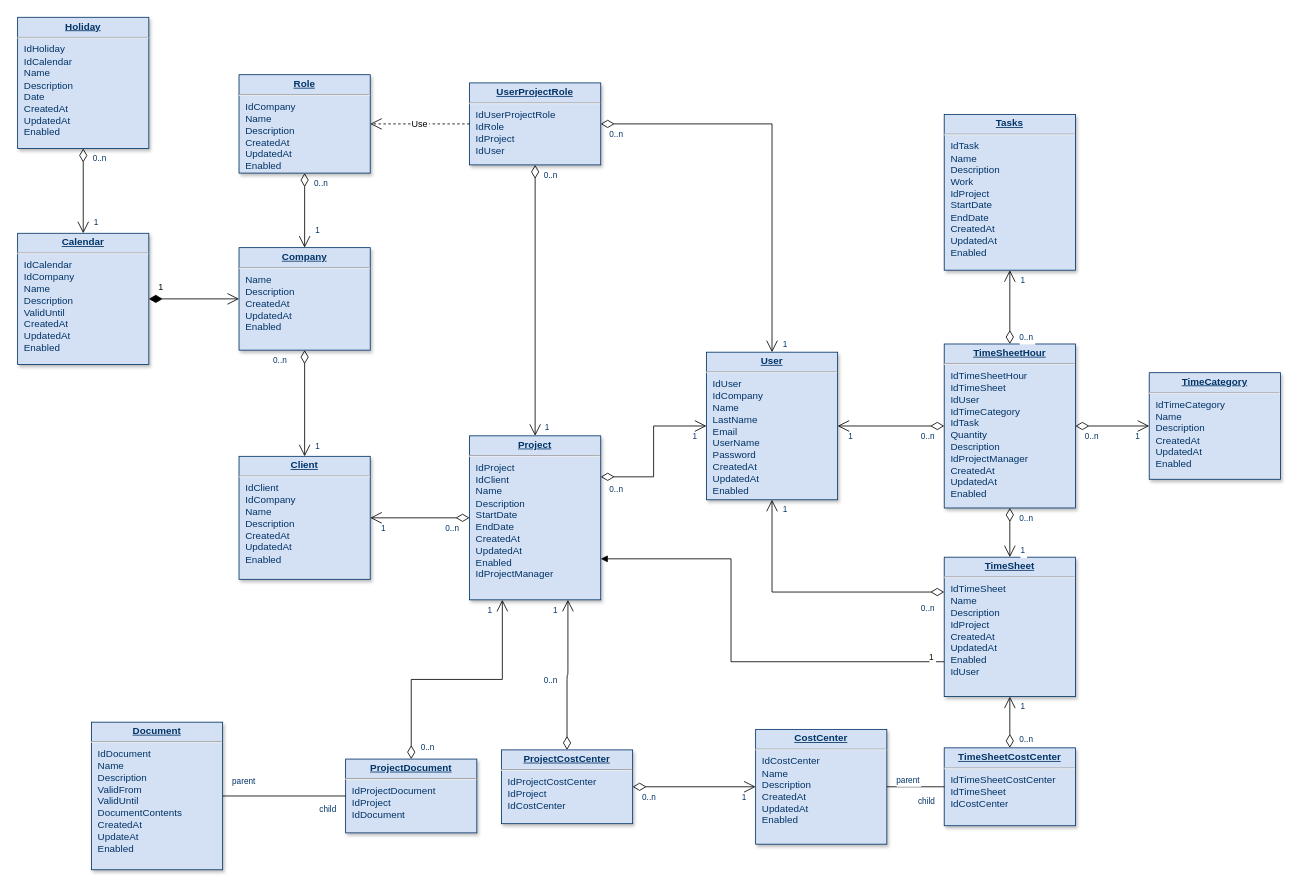
Above: Untitled Diagram.drawio in smorz/k-challenge-client (draw.io), before the change. Source tidied: cells renumbered, new cells numbered last; positions are measured from the earlier drawing's top-left corner, leaving out a move shared by most shapes. Both pictures are drawn from the tidied source at 82%, with x=0, y=0 at pixel (17, 17).
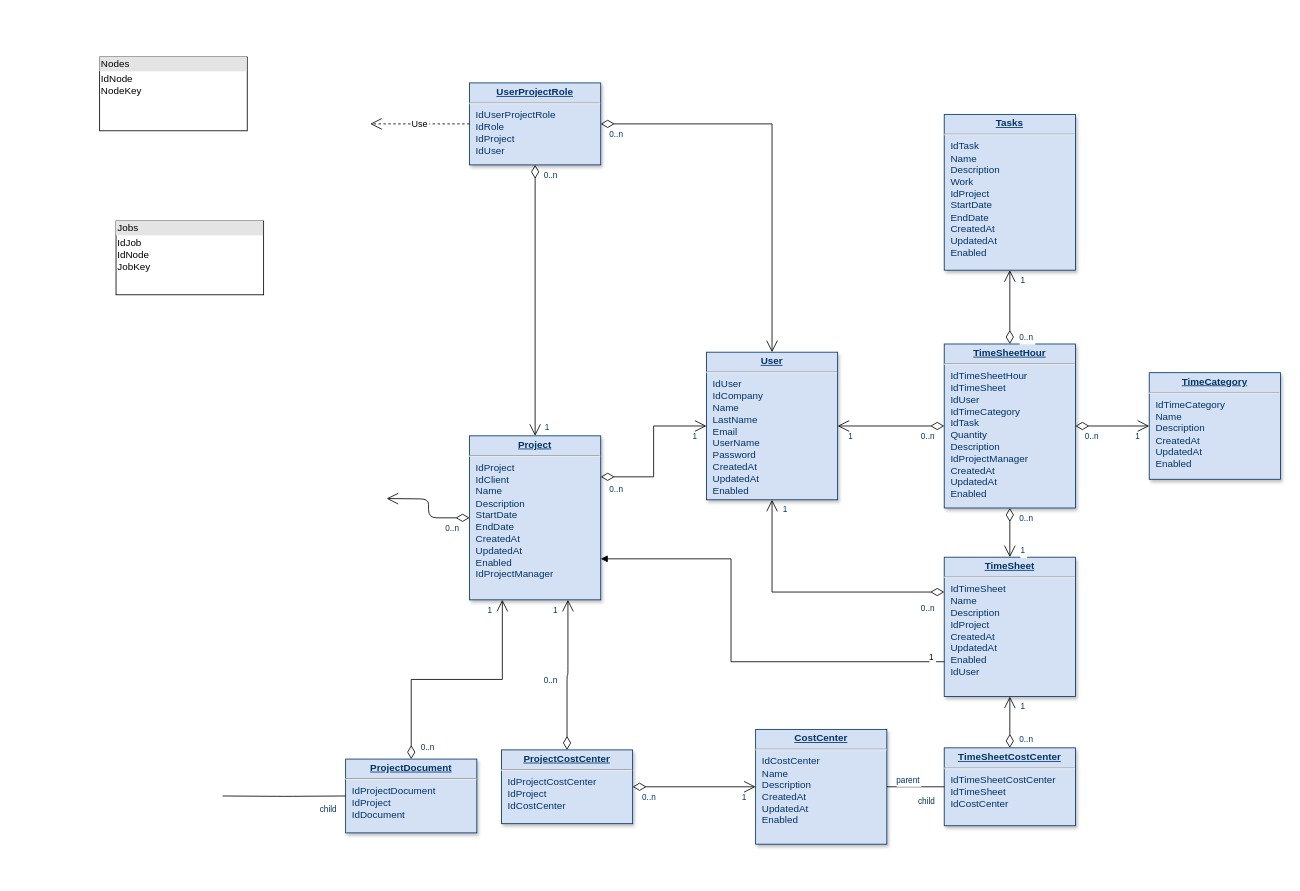
The same diagram, later.

Unchanged cells that the change refers to:
```xml
<mxCell id="6" value="&lt;p style=&quot;margin: 0px; margin-top: 4px; text-align: center; text-decoration: underline;&quot;&gt;&lt;strong&gt;UserProjectRole&lt;/strong&gt;&lt;/p&gt;&lt;hr /&gt;&lt;p style=&quot;margin: 0px; margin-left: 8px;&quot;&gt;IdUserProjectRole&lt;/p&gt;&lt;p style=&quot;margin: 0px; margin-left: 8px;&quot;&gt;IdRole&lt;/p&gt;&lt;p style=&quot;margin: 0px; margin-left: 8px;&quot;&gt;IdProject&lt;/p&gt;&lt;p style=&quot;margin: 0px; margin-left: 8px;&quot;&gt;IdUser&lt;/p&gt;" style="verticalAlign=top;align=left;overflow=fill;fontSize=12;fontFamily=Helvetica;html=1;strokeColor=#003366;shadow=1;fillColor=#D4E1F5;fontColor=#003366;" parent="1" vertex="1">
  <mxGeometry x="551.1" y="79.6" width="160" height="100" as="geometry" />
</mxCell>
<mxCell id="12" value="&lt;p style=&quot;margin: 0px; margin-top: 4px; text-align: center; text-decoration: underline;&quot;&gt;&lt;strong&gt;Project&lt;/strong&gt;&lt;/p&gt;&lt;hr /&gt;&lt;p style=&quot;margin: 0px; margin-left: 8px;&quot;&gt;IdProject&lt;/p&gt;&lt;p style=&quot;margin: 0px; margin-left: 8px;&quot;&gt;IdClient&lt;/p&gt;&lt;p style=&quot;margin: 0px; margin-left: 8px;&quot;&gt;Name&lt;/p&gt;&lt;p style=&quot;margin: 0px; margin-left: 8px;&quot;&gt;Description&lt;/p&gt;&lt;p style=&quot;margin: 0px; margin-left: 8px;&quot;&gt;StartDate&lt;/p&gt;&lt;p style=&quot;margin: 0px; margin-left: 8px;&quot;&gt;EndDate&lt;/p&gt;&lt;p style=&quot;margin: 0px; margin-left: 8px;&quot;&gt;CreatedAt&lt;/p&gt;&lt;p style=&quot;margin: 0px; margin-left: 8px;&quot;&gt;UpdatedAt&lt;/p&gt;&lt;p style=&quot;margin: 0px; margin-left: 8px;&quot;&gt;Enabled&lt;br /&gt;IdProjectManager&lt;/p&gt;" style="verticalAlign=top;align=left;overflow=fill;fontSize=12;fontFamily=Helvetica;html=1;strokeColor=#003366;shadow=1;fillColor=#D4E1F5;fontColor=#003366;" parent="1" vertex="1">
  <mxGeometry x="551.1" y="510" width="160" height="200" as="geometry" />
</mxCell>
<mxCell id="17" value="&lt;p style=&quot;margin: 0px ; margin-top: 4px ; text-align: center ; text-decoration: underline&quot;&gt;&lt;strong&gt;ProjectDocument&lt;/strong&gt;&lt;/p&gt;&lt;hr&gt;&lt;p style=&quot;margin: 0px ; margin-left: 8px&quot;&gt;IdProjectDocument&lt;/p&gt;&lt;p style=&quot;margin: 0px ; margin-left: 8px&quot;&gt;IdProject&lt;/p&gt;&lt;p style=&quot;margin: 0px ; margin-left: 8px&quot;&gt;IdDocument&lt;/p&gt;" style="verticalAlign=top;align=left;overflow=fill;fontSize=12;fontFamily=Helvetica;html=1;strokeColor=#003366;shadow=1;fillColor=#D4E1F5;fontColor=#003366;" parent="1" vertex="1">
  <mxGeometry x="400" y="904.2" width="160" height="90" as="geometry" />
</mxCell>
<mxCell id="22" style="endArrow=open;endSize=12;startArrow=diamondThin;startSize=14;startFill=0;edgeStyle=orthogonalEdgeStyle;rounded=0;" parent="1" edge="1" source="6" target="5">
  <mxGeometry x="519.4" y="180" as="geometry" />
</mxCell>
```

Change to the diagram source:
```diff
@@
-    <mxCell id="2" value="&lt;p style=&quot;margin: 0px; margin-top: 4px; text-align: center; text-decoration: underline;&quot;&gt;&lt;strong&gt;Role&lt;/strong&gt;&lt;/p&gt;&lt;hr /&gt;&lt;p style=&quot;margin: 0px; margin-left: 8px;&quot;&gt;IdCompany&lt;br /&gt;Name&lt;/p&gt;&lt;p style=&quot;margin: 0px; margin-left: 8px;&quot;&gt;Description&lt;/p&gt;&lt;p style=&quot;margin: 0px; margin-left: 8px;&quot;&gt;CreatedAt&lt;/p&gt;&lt;p style=&quot;margin: 0px; margin-left: 8px;&quot;&gt;UpdatedAt&lt;/p&gt;&lt;p style=&quot;margin: 0px; margin-left: 8px;&quot;&gt;Enabled&lt;/p&gt;" style="verticalAlign=top;align=left;overflow=fill;fontSize=12;fontFamily=Helvetica;html=1;strokeColor=#003366;shadow=1;fillColor=#D4E1F5;fontColor=#003366;" parent="1" vertex="1">
-      <mxGeometry x="270" y="69.6" width="160" height="120" as="geometry" />
-    </mxCell>
-    <mxCell id="3" value="&lt;p style=&quot;margin: 0px; margin-top: 4px; text-align: center; text-decoration: underline;&quot;&gt;&lt;strong&gt;Company&lt;/strong&gt;&lt;/p&gt;&lt;hr /&gt;&lt;p style=&quot;margin: 0px; margin-left: 8px;&quot;&gt;Name&lt;/p&gt;&lt;p style=&quot;margin: 0px; margin-left: 8px;&quot;&gt;Description&lt;/p&gt;&lt;p style=&quot;margin: 0px; margin-left: 8px;&quot;&gt;CreatedAt&lt;/p&gt;&lt;p style=&quot;margin: 0px; margin-left: 8px;&quot;&gt;UpdatedAt&lt;/p&gt;&lt;p style=&quot;margin: 0px; margin-left: 8px;&quot;&gt;Enabled&lt;/p&gt;" style="verticalAlign=top;align=left;overflow=fill;fontSize=12;fontFamily=Helvetica;html=1;strokeColor=#003366;shadow=1;fillColor=#D4E1F5;fontColor=#003366;" parent="1" vertex="1">
-      <mxGeometry x="270" y="280.5" width="160" height="125" as="geometry" />
-    </mxCell>
-    <mxCell id="4" value="&lt;p style=&quot;margin: 0px; margin-top: 4px; text-align: center; text-decoration: underline;&quot;&gt;&lt;strong&gt;Calendar&lt;/strong&gt;&lt;/p&gt;&lt;hr /&gt;&lt;p style=&quot;margin: 0px; margin-left: 8px;&quot;&gt;IdCalendar&lt;/p&gt;&lt;p style=&quot;margin: 0px; margin-left: 8px;&quot;&gt;IdCompany&lt;/p&gt;&lt;p style=&quot;margin: 0px; margin-left: 8px;&quot;&gt;Name&lt;/p&gt;&lt;p style=&quot;margin: 0px; margin-left: 8px;&quot;&gt;Description&lt;/p&gt;&lt;p style=&quot;margin: 0px; margin-left: 8px;&quot;&gt;ValidUntil&lt;/p&gt;&lt;p style=&quot;margin: 0px; margin-left: 8px;&quot;&gt;CreatedAt&lt;/p&gt;&lt;p style=&quot;margin: 0px; margin-left: 8px;&quot;&gt;UpdatedAt&lt;/p&gt;&lt;p style=&quot;margin: 0px; margin-left: 8px;&quot;&gt;Enabled&lt;/p&gt;" style="verticalAlign=top;align=left;overflow=fill;fontSize=12;fontFamily=Helvetica;html=1;strokeColor=#003366;shadow=1;fillColor=#D4E1F5;fontColor=#003366;" parent="1" vertex="1">
-      <mxGeometry y="263" width="160" height="160" as="geometry" />
-    </mxCell>
@@
-    <mxCell id="7" value="&lt;p style=&quot;margin: 0px; margin-top: 4px; text-align: center; text-decoration: underline;&quot;&gt;&lt;strong&gt;Client&lt;/strong&gt;&lt;/p&gt;&lt;hr /&gt;&lt;p style=&quot;margin: 0px; margin-left: 8px;&quot;&gt;IdClient&lt;/p&gt;&lt;p style=&quot;margin: 0px; margin-left: 8px;&quot;&gt;IdCompany&lt;/p&gt;&lt;p style=&quot;margin: 0px; margin-left: 8px;&quot;&gt;Name&lt;/p&gt;&lt;p style=&quot;margin: 0px; margin-left: 8px;&quot;&gt;Description&lt;/p&gt;&lt;p style=&quot;margin: 0px; margin-left: 8px;&quot;&gt;CreatedAt&lt;/p&gt;&lt;p style=&quot;margin: 0px; margin-left: 8px;&quot;&gt;UpdatedAt&lt;/p&gt;&lt;p style=&quot;margin: 0px; margin-left: 8px;&quot;&gt;Enabled&lt;/p&gt;" style="verticalAlign=top;align=left;overflow=fill;fontSize=12;fontFamily=Helvetica;html=1;strokeColor=#003366;shadow=1;fillColor=#D4E1F5;fontColor=#003366;" parent="1" vertex="1">
-      <mxGeometry x="270" y="535" width="160" height="150" as="geometry" />
-    </mxCell>
-    <mxCell id="8" value="&lt;p style=&quot;margin: 0px; margin-top: 4px; text-align: center; text-decoration: underline;&quot;&gt;&lt;strong&gt;Holiday&lt;/strong&gt;&lt;/p&gt;&lt;hr /&gt;&lt;p style=&quot;margin: 0px; margin-left: 8px;&quot;&gt;IdHoliday&lt;/p&gt;&lt;p style=&quot;margin: 0px; margin-left: 8px;&quot;&gt;IdCalendar&lt;/p&gt;&lt;p style=&quot;margin: 0px; margin-left: 8px;&quot;&gt;Name&lt;/p&gt;&lt;p style=&quot;margin: 0px; margin-left: 8px;&quot;&gt;Description&lt;/p&gt;&lt;p style=&quot;margin: 0px; margin-left: 8px;&quot;&gt;Date&lt;/p&gt;&lt;p style=&quot;margin: 0px; margin-left: 8px;&quot;&gt;CreatedAt&lt;/p&gt;&lt;p style=&quot;margin: 0px; margin-left: 8px;&quot;&gt;UpdatedAt&lt;/p&gt;&lt;p style=&quot;margin: 0px; margin-left: 8px;&quot;&gt;Enabled&lt;/p&gt;" style="verticalAlign=top;align=left;overflow=fill;fontSize=12;fontFamily=Helvetica;html=1;strokeColor=#003366;shadow=1;fillColor=#D4E1F5;fontColor=#003366;" parent="1" vertex="1">
-      <mxGeometry y="-0.4" width="160" height="160" as="geometry" />
-    </mxCell>
@@
-    <mxCell id="11" value="&lt;p style=&quot;margin: 0px; margin-top: 4px; text-align: center; text-decoration: underline;&quot;&gt;&lt;strong&gt;Document&lt;/strong&gt;&lt;/p&gt;&lt;hr /&gt;&lt;p style=&quot;margin: 0px; margin-left: 8px;&quot;&gt;IdDocument&lt;/p&gt;&lt;p style=&quot;margin: 0px; margin-left: 8px;&quot;&gt;Name&lt;/p&gt;&lt;p style=&quot;margin: 0px; margin-left: 8px;&quot;&gt;Description&lt;/p&gt;&lt;p style=&quot;margin: 0px; margin-left: 8px;&quot;&gt;ValidFrom&lt;/p&gt;&lt;p style=&quot;margin: 0px; margin-left: 8px;&quot;&gt;ValidUntil&lt;/p&gt;&lt;p style=&quot;margin: 0px; margin-left: 8px;&quot;&gt;DocumentContents&lt;/p&gt;&lt;p style=&quot;margin: 0px; margin-left: 8px;&quot;&gt;CreatedAt&lt;/p&gt;&lt;p style=&quot;margin: 0px; margin-left: 8px;&quot;&gt;UpdateAt&lt;/p&gt;&lt;p style=&quot;margin: 0px; margin-left: 8px;&quot;&gt;Enabled&lt;/p&gt;" style="verticalAlign=top;align=left;overflow=fill;fontSize=12;fontFamily=Helvetica;html=1;strokeColor=#003366;shadow=1;fillColor=#D4E1F5;fontColor=#003366;" parent="1" vertex="1">
-      <mxGeometry x="90" y="859.2" width="160" height="180" as="geometry" />
-    </mxCell>
@@
-    <mxCell id="19" style="endArrow=open;endSize=12;startArrow=diamondThin;startSize=14;startFill=0;edgeStyle=orthogonalEdgeStyle;" parent="1" edge="1" source="2" target="3">
-      <mxGeometry y="160" as="geometry" />
-    </mxCell>
-    <mxCell id="20" value="0..n" style="align=left;verticalAlign=top;labelBackgroundColor=#ffffff;fontSize=10;strokeColor=#003366;shadow=1;fillColor=#D4E1F5;fontColor=#003366;" parent="19" vertex="1">
-      <mxGeometry x="-1" relative="1" as="geometry">
-        <mxPoint x="10" as="offset" />
-      </mxGeometry>
-    </mxCell>
-    <mxCell id="21" value="1" style="align=right;verticalAlign=top;labelBackgroundColor=#ffffff;fontSize=10;strokeColor=#003366;shadow=1;fillColor=#D4E1F5;fontColor=#003366;" parent="19" vertex="1">
-      <mxGeometry x="1" relative="1" as="geometry">
-        <mxPoint x="590" y="105" as="offset" />
-      </mxGeometry>
-    </mxCell>
@@
-    <mxCell id="24" value="1" style="align=right;verticalAlign=top;labelBackgroundColor=#ffffff;fontSize=10;strokeColor=#003366;shadow=1;fillColor=#D4E1F5;fontColor=#003366;" parent="22" vertex="1">
-      <mxGeometry x="1" relative="1" as="geometry">
-        <mxPoint x="-550" y="-160" as="offset" />
-      </mxGeometry>
-    </mxCell>
@@
-    <mxCell id="58" style="endArrow=open;endSize=12;startArrow=diamondThin;startSize=14;startFill=0;edgeStyle=orthogonalEdgeStyle;" parent="1" edge="1" source="3" target="7">
-      <mxGeometry x="519.4" y="200" as="geometry" />
-    </mxCell>
-    <mxCell id="59" value="0..n" style="align=left;verticalAlign=top;labelBackgroundColor=#ffffff;fontSize=10;strokeColor=#003366;shadow=1;fillColor=#D4E1F5;fontColor=#003366;" parent="58" vertex="1">
-      <mxGeometry x="-1" relative="1" as="geometry">
-        <mxPoint x="-40" as="offset" />
-      </mxGeometry>
-    </mxCell>
-    <mxCell id="60" value="1" style="align=right;verticalAlign=top;labelBackgroundColor=#ffffff;fontSize=10;strokeColor=#003366;shadow=1;fillColor=#D4E1F5;fontColor=#003366;" parent="58" vertex="1">
-      <mxGeometry x="1" relative="1" as="geometry">
-        <mxPoint x="20" y="-25" as="offset" />
-      </mxGeometry>
-    </mxCell>
-    <mxCell id="61" style="endArrow=open;endSize=12;startArrow=diamondThin;startSize=14;startFill=0;edgeStyle=orthogonalEdgeStyle;" parent="1" edge="1" source="8" target="4">
-      <mxGeometry x="620" y="340" as="geometry" />
-    </mxCell>
-    <mxCell id="62" value="0..n" style="align=left;verticalAlign=top;labelBackgroundColor=#ffffff;fontSize=10;strokeColor=#003366;shadow=1;fillColor=#D4E1F5;fontColor=#003366;" parent="61" vertex="1">
-      <mxGeometry x="-1" relative="1" as="geometry">
-        <mxPoint x="10" as="offset" />
-      </mxGeometry>
-    </mxCell>
-    <mxCell id="63" value="1" style="align=right;verticalAlign=top;labelBackgroundColor=#ffffff;fontSize=10;strokeColor=#003366;shadow=1;fillColor=#D4E1F5;fontColor=#003366;" parent="61" vertex="1">
-      <mxGeometry x="1" relative="1" as="geometry">
-        <mxPoint x="20" y="-25" as="offset" />
-      </mxGeometry>
-    </mxCell>
-    <mxCell id="64" style="endArrow=open;endSize=12;startArrow=diamondThin;startSize=14;startFill=0;edgeStyle=orthogonalEdgeStyle;" parent="1" edge="1" source="12" target="7">
-      <mxGeometry x="369.4" y="360" as="geometry" />
+    <mxCell id="64" style="endArrow=open;endSize=12;startArrow=diamondThin;startSize=14;startFill=0;edgeStyle=orthogonalEdgeStyle;" parent="1" edge="1" source="12">
+      <mxGeometry x="369.4" y="360" as="geometry">
+        <mxPoint x="450" y="586.5" as="targetPoint" />
+      </mxGeometry>
     </mxCell>
@@
-    <mxCell id="66" value="1" style="align=right;verticalAlign=top;labelBackgroundColor=#ffffff;fontSize=10;strokeColor=#003366;shadow=1;fillColor=#D4E1F5;fontColor=#003366;" parent="64" vertex="1">
-      <mxGeometry x="1" relative="1" as="geometry">
-        <mxPoint x="20" as="offset" />
-      </mxGeometry>
-    </mxCell>
-    <mxCell id="67" value="Use" style="endArrow=open;endSize=12;dashed=1;" parent="1" edge="1" source="6" target="2">
-      <mxGeometry x="430" y="50" as="geometry" />
+    <mxCell id="67" value="Use" style="endArrow=open;endSize=12;dashed=1;" parent="1" edge="1" source="6">
+      <mxGeometry x="430" y="50" as="geometry">
+        <mxPoint x="430" y="129.6" as="targetPoint" />
+      </mxGeometry>
     </mxCell>
-    <mxCell id="68" value="1" style="endArrow=open;endSize=12;startArrow=diamondThin;startSize=14;startFill=1;edgeStyle=orthogonalEdgeStyle;align=left;verticalAlign=bottom;" parent="1" edge="1" source="4" target="3">
-      <mxGeometry x="-0.82" y="5" relative="1" as="geometry" />
-    </mxCell>
-    <mxCell id="69" style="endArrow=none;edgeStyle=orthogonalEdgeStyle;" parent="1" edge="1" source="11" target="17">
-      <mxGeometry x="190" y="950" as="geometry" />
+    <mxCell id="69" style="endArrow=none;edgeStyle=orthogonalEdgeStyle;" parent="1" edge="1" target="17">
+      <mxGeometry x="190" y="950" as="geometry">
+        <mxPoint x="250" y="949.2" as="sourcePoint" />
+      </mxGeometry>
     </mxCell>
-    <mxCell id="70" value="parent" style="align=left;verticalAlign=bottom;labelBackgroundColor=#ffffff;fontSize=10;strokeColor=#003366;shadow=1;fillColor=#D4E1F5;fontColor=#003366;" parent="69" vertex="1">
-      <mxGeometry x="-1" relative="1" as="geometry">
-        <mxPoint x="10" y="-10" as="offset" />
-      </mxGeometry>
-    </mxCell>
@@
+    <mxCell id="77" value="&lt;div style=&quot;box-sizing:border-box;width:100%;background:#e4e4e4;padding:2px;&quot;&gt;Nodes&lt;/div&gt;&lt;table style=&quot;width:100%;font-size:1em;&quot; cellpadding=&quot;2&quot; cellspacing=&quot;0&quot;&gt;&lt;tbody&gt;&lt;tr&gt;&lt;td&gt;IdNode&lt;br&gt;NodeKey&lt;/td&gt;&lt;td&gt;&lt;br&gt;&lt;/td&gt;&lt;/tr&gt;&lt;tr&gt;&lt;td&gt;&lt;/td&gt;&lt;td&gt;&lt;br&gt;&lt;/td&gt;&lt;/tr&gt;&lt;/tbody&gt;&lt;/table&gt;" style="verticalAlign=top;align=left;overflow=fill;html=1;whiteSpace=wrap;" parent="1" vertex="1">
+      <mxGeometry x="100" y="48" width="180" height="90" as="geometry" />
+    </mxCell>
+    <mxCell id="78" value="&lt;div style=&quot;box-sizing:border-box;width:100%;background:#e4e4e4;padding:2px;&quot;&gt;Jobs&lt;/div&gt;&lt;table style=&quot;width:100%;font-size:1em;&quot; cellpadding=&quot;2&quot; cellspacing=&quot;0&quot;&gt;&lt;tbody&gt;&lt;tr&gt;&lt;td&gt;IdJob&lt;br&gt;IdNode&lt;br&gt;JobKey&lt;br&gt;&lt;br&gt;&lt;/td&gt;&lt;td&gt;&lt;/td&gt;&lt;/tr&gt;&lt;/tbody&gt;&lt;/table&gt;" style="verticalAlign=top;align=left;overflow=fill;html=1;whiteSpace=wrap;" parent="1" vertex="1">
+      <mxGeometry x="120" y="248" width="180" height="90" as="geometry" />
+    </mxCell>
```
